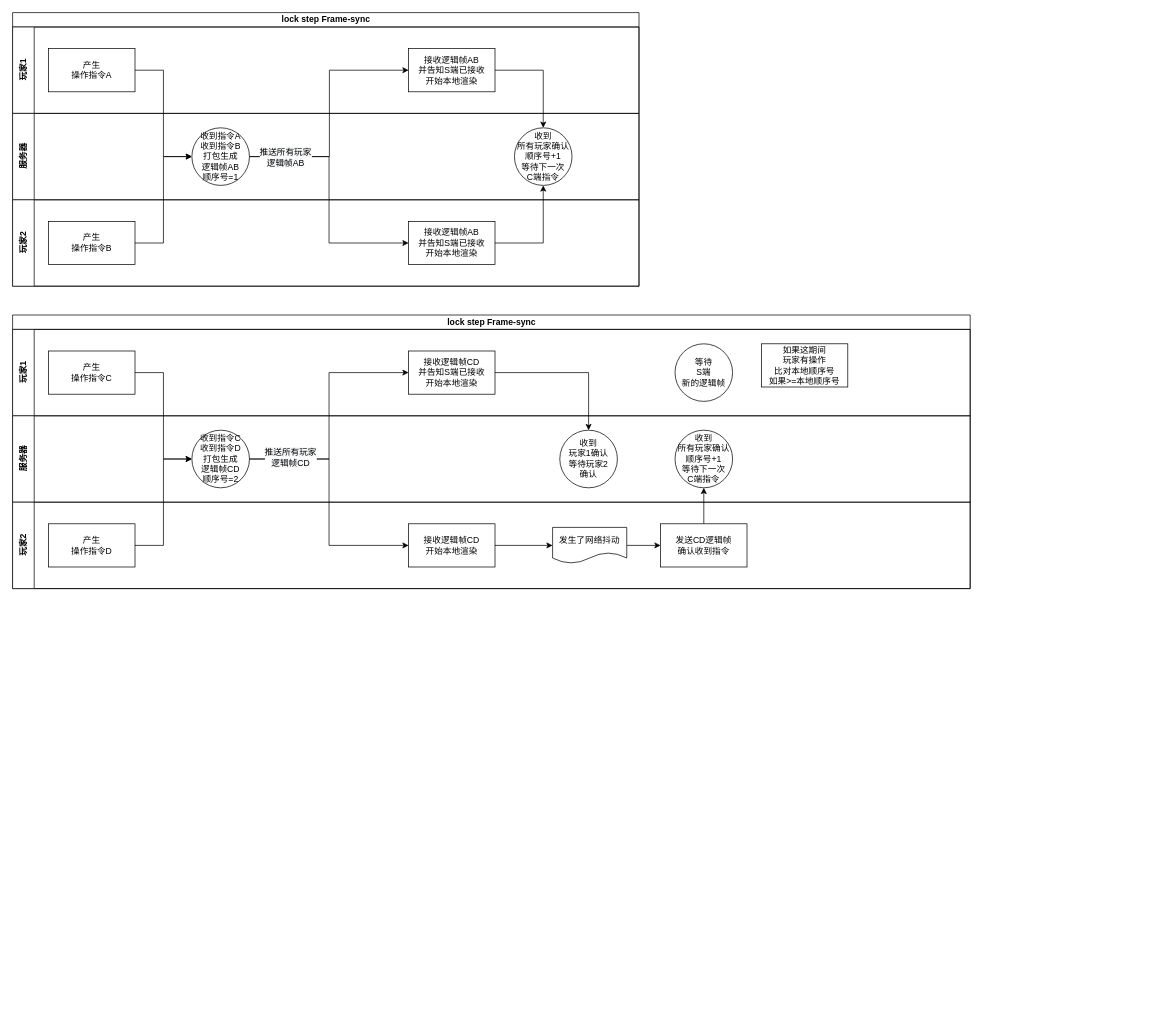
The draw.io diagram rsync_frame_lock_step.drawio in mqzhifu/drawpic, before the edit. Source tidied: cells renumbered, new cells numbered last; positions are measured from the earlier drawing's top-left corner, leaving out a move shared by most shapes. Both pictures are drawn from the tidied source at 72%, with x=0, y=0 at pixel (12, 12).
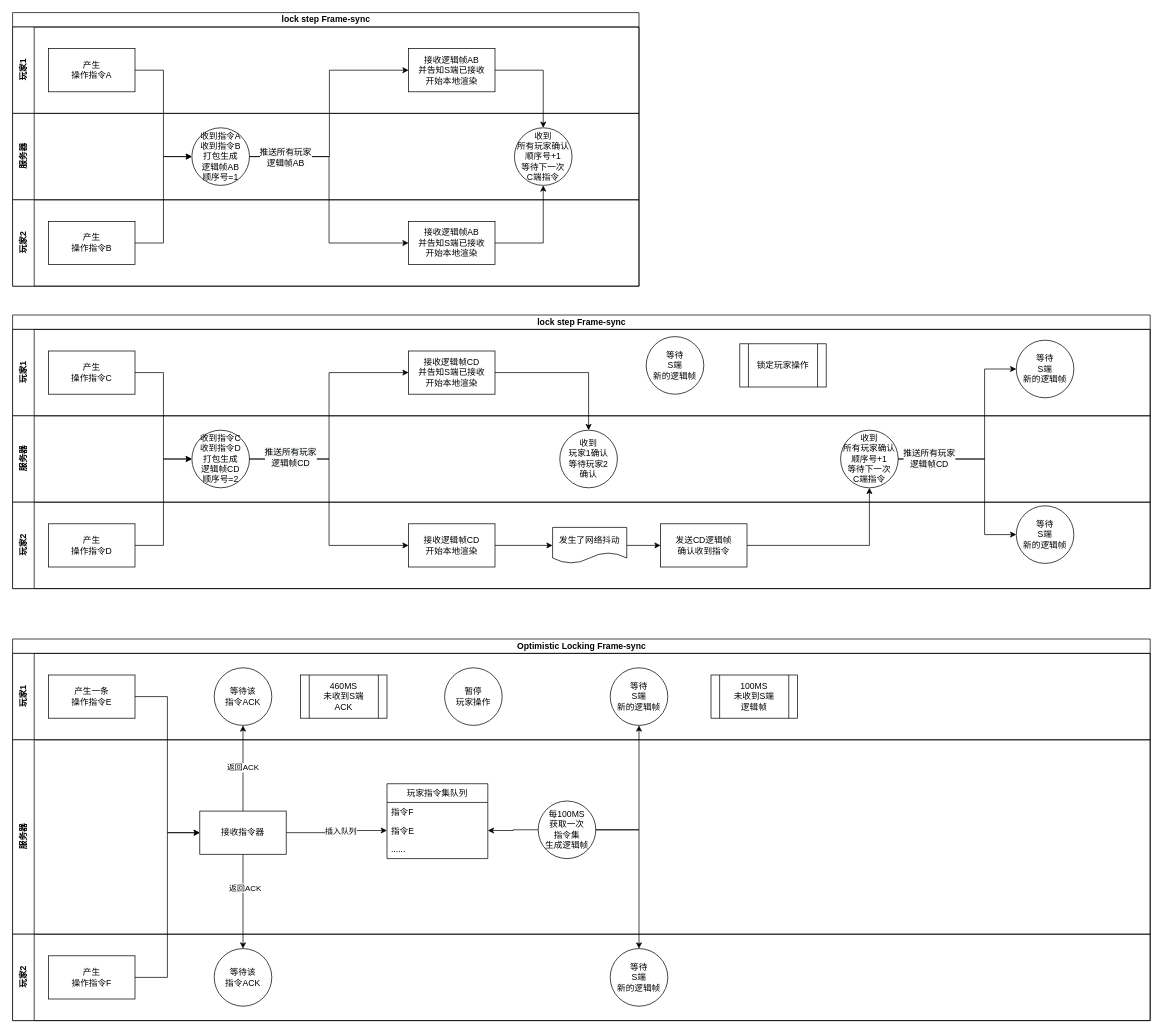
The same diagram, later.

The edit, as a diff of the source:
```diff
@@
     <mxCell id="19" value="lock step Frame-sync" style="swimlane;html=1;horizontal=1;startSize=20;" parent="1" vertex="1">
-      <mxGeometry y="420" width="1330" height="380" as="geometry" />
+      <mxGeometry y="420" width="1580" height="380" as="geometry" />
     </mxCell>
     <mxCell id="20" value="玩家1" style="swimlane;html=1;startSize=30;horizontal=0;" parent="19" vertex="1">
-      <mxGeometry y="20" width="1330" height="120" as="geometry" />
+      <mxGeometry y="20" width="1580" height="120" as="geometry" />
     </mxCell>
@@
     <mxCell id="23" value="等待&lt;br&gt;S端&lt;br&gt;新的逻辑帧" style="ellipse;whiteSpace=wrap;html=1;" parent="20" vertex="1">
-      <mxGeometry x="920" y="20" width="80" height="80" as="geometry" />
+      <mxGeometry x="880" y="10" width="80" height="80" as="geometry" />
     </mxCell>
-    <mxCell id="24" value="&lt;span&gt;如果这期间&lt;br&gt;玩家有操作&lt;br&gt;比对本地顺序号&lt;br&gt;如果&amp;gt;=本地顺序号&lt;br&gt;&lt;/span&gt;" style="rounded=0;whiteSpace=wrap;html=1;" parent="20" vertex="1">
-      <mxGeometry x="1040" y="20" width="120" height="60" as="geometry" />
-    </mxCell>
+    <mxCell id="43" value="锁定玩家操作" style="shape=process;whiteSpace=wrap;html=1;backgroundOutline=1;" parent="20" vertex="1">
+      <mxGeometry x="1010" y="20" width="120" height="60" as="geometry" />
+    </mxCell>
+    <mxCell id="44" value="等待&lt;br&gt;S端&lt;br&gt;新的逻辑帧" style="ellipse;whiteSpace=wrap;html=1;" parent="20" vertex="1">
+      <mxGeometry x="1394" y="15" width="80" height="80" as="geometry" />
+    </mxCell>
     <mxCell id="25" value="服务器" style="swimlane;html=1;startSize=30;horizontal=0;" parent="19" vertex="1">
-      <mxGeometry y="140" width="1330" height="120" as="geometry" />
+      <mxGeometry y="140" width="1580" height="120" as="geometry" />
     </mxCell>
@@
     <mxCell id="28" value="收到&lt;br&gt;所有玩家确认&lt;br&gt;顺序号+1&lt;br&gt;等待下一次&lt;br&gt;C端指令" style="ellipse;whiteSpace=wrap;html=1;" parent="25" vertex="1">
-      <mxGeometry x="920" y="20" width="80" height="80" as="geometry" />
+      <mxGeometry x="1150" y="20" width="80" height="80" as="geometry" />
     </mxCell>
     <mxCell id="29" value="玩家2" style="swimlane;html=1;startSize=30;horizontal=0;" parent="19" vertex="1">
-      <mxGeometry y="260" width="1330" height="120" as="geometry" />
+      <mxGeometry y="260" width="1580" height="120" as="geometry" />
     </mxCell>
@@
+    <mxCell id="45" value="等待&lt;br&gt;S端&lt;br&gt;新的逻辑帧" style="ellipse;whiteSpace=wrap;html=1;" parent="29" vertex="1">
+      <mxGeometry x="1394" y="5" width="80" height="80" as="geometry" />
+    </mxCell>
@@
+    <mxCell id="46" style="edgeStyle=orthogonalEdgeStyle;rounded=0;jettySize=auto;html=1;entryX=0;entryY=0.5;entryDx=0;entryDy=0;" parent="19" edge="1" source="28" target="44">
+      <mxGeometry relative="1" as="geometry">
+        <Array as="points">
+          <mxPoint x="1350" y="200" />
+          <mxPoint x="1350" y="75" />
+        </Array>
+      </mxGeometry>
+    </mxCell>
+    <mxCell id="47" style="edgeStyle=orthogonalEdgeStyle;rounded=0;jettySize=auto;html=1;entryX=0;entryY=0.5;entryDx=0;entryDy=0;" parent="19" edge="1" source="28" target="45">
+      <mxGeometry relative="1" as="geometry">
+        <Array as="points">
+          <mxPoint x="1350" y="200" />
+          <mxPoint x="1350" y="305" />
+        </Array>
+      </mxGeometry>
+    </mxCell>
+    <mxCell id="48" value="&lt;span style=&quot;font-size: 12px ; background-color: rgb(248 , 249 , 250)&quot;&gt;推送所有玩家&lt;/span&gt;&lt;br style=&quot;font-size: 12px ; background-color: rgb(248 , 249 , 250)&quot;&gt;&lt;span style=&quot;font-size: 12px ; background-color: rgb(248 , 249 , 250)&quot;&gt;逻辑帧CD&lt;/span&gt;" style="edgeLabel;html=1;align=center;verticalAlign=middle;" parent="47" vertex="1">
+      <mxGeometry x="-0.69" y="2" relative="1" as="geometry" />
+    </mxCell>
+    <mxCell id="49" value="Optimistic Locking Frame-sync" style="swimlane;html=1;horizontal=1;startSize=20;" parent="1" vertex="1">
+      <mxGeometry y="870" width="1580" height="530" as="geometry" />
+    </mxCell>
+    <mxCell id="50" value="玩家1" style="swimlane;html=1;startSize=30;horizontal=0;" parent="49" vertex="1">
+      <mxGeometry y="20" width="1580" height="120" as="geometry" />
+    </mxCell>
+    <mxCell id="51" value="产生一条&lt;br&gt;操作指令E" style="rounded=0;whiteSpace=wrap;html=1;" parent="50" vertex="1">
+      <mxGeometry x="50" y="30" width="120" height="60" as="geometry" />
+    </mxCell>
+    <mxCell id="52" value="等待该&lt;br&gt;指令ACK" style="ellipse;whiteSpace=wrap;html=1;" parent="50" vertex="1">
+      <mxGeometry x="280" y="20" width="80" height="80" as="geometry" />
+    </mxCell>
+    <mxCell id="53" value="等待&lt;br&gt;S端&lt;br&gt;新的逻辑帧" style="ellipse;whiteSpace=wrap;html=1;" parent="50" vertex="1">
+      <mxGeometry x="830" y="20" width="80" height="80" as="geometry" />
+    </mxCell>
+    <mxCell id="54" value="&lt;span&gt;100MS&lt;/span&gt;&lt;br&gt;&lt;span&gt;未收到S端&lt;/span&gt;&lt;br&gt;&lt;span&gt;逻辑帧&lt;/span&gt;" style="shape=process;whiteSpace=wrap;html=1;backgroundOutline=1;" parent="50" vertex="1">
+      <mxGeometry x="970" y="30" width="120" height="60" as="geometry" />
+    </mxCell>
+    <mxCell id="55" value="&lt;span&gt;460MS&lt;/span&gt;&lt;br&gt;&lt;span&gt;未收到S端&lt;/span&gt;&lt;br&gt;ACK" style="shape=process;whiteSpace=wrap;html=1;backgroundOutline=1;" parent="50" vertex="1">
+      <mxGeometry x="400" y="30" width="120" height="60" as="geometry" />
+    </mxCell>
+    <mxCell id="56" value="暂停&lt;br&gt;玩家操作" style="ellipse;whiteSpace=wrap;html=1;" parent="50" vertex="1">
+      <mxGeometry x="600" y="20" width="80" height="80" as="geometry" />
+    </mxCell>
+    <mxCell id="57" value="服务器" style="swimlane;html=1;startSize=30;horizontal=0;" parent="49" vertex="1">
+      <mxGeometry y="140" width="1580" height="270" as="geometry" />
+    </mxCell>
+    <mxCell id="58" style="edgeStyle=orthogonalEdgeStyle;rounded=0;jettySize=auto;html=1;entryX=1;entryY=0.5;entryDx=0;entryDy=0;" parent="57" edge="1" source="59" target="65">
+      <mxGeometry relative="1" as="geometry" />
+    </mxCell>
+    <mxCell id="59" value="每100MS&lt;br&gt;获取一次&lt;br&gt;指令集&lt;br&gt;生成逻辑帧" style="ellipse;whiteSpace=wrap;html=1;" parent="57" vertex="1">
+      <mxGeometry x="730" y="85" width="80" height="80" as="geometry" />
+    </mxCell>
+    <mxCell id="60" style="edgeStyle=orthogonalEdgeStyle;rounded=0;jettySize=auto;html=1;" parent="57" edge="1" source="62" target="65">
+      <mxGeometry relative="1" as="geometry" />
+    </mxCell>
+    <mxCell id="61" value="插入队列" style="edgeLabel;html=1;align=center;verticalAlign=middle;" parent="60" vertex="1">
+      <mxGeometry x="0.09" y="-1" relative="1" as="geometry" />
+    </mxCell>
+    <mxCell id="62" value="接收指令器" style="rounded=0;whiteSpace=wrap;html=1;" parent="57" vertex="1">
+      <mxGeometry x="260" y="99" width="120" height="60" as="geometry" />
+    </mxCell>
+    <mxCell id="63" value="玩家指令集队列" style="swimlane;fontStyle=0;horizontal=1;startSize=26;fillColor=none;" parent="57" vertex="1">
+      <mxGeometry x="520" y="61" width="140" height="104" as="geometry" />
+    </mxCell>
+    <mxCell id="64" value="指令F" style="text;strokeColor=none;fillColor=none;align=left;verticalAlign=top;spacingLeft=4;spacingRight=4;overflow=hidden;" parent="63" vertex="1">
+      <mxGeometry y="26" width="140" height="26" as="geometry" />
+    </mxCell>
+    <mxCell id="65" value="指令E" style="text;strokeColor=none;fillColor=none;align=left;verticalAlign=top;spacingLeft=4;spacingRight=4;overflow=hidden;points=[[0,0.5],[1,0.5]];portConstraint=eastwest;" parent="63" vertex="1">
+      <mxGeometry y="52" width="140" height="26" as="geometry" />
+    </mxCell>
+    <mxCell id="66" value="......" style="text;strokeColor=none;fillColor=none;align=left;verticalAlign=top;spacingLeft=4;spacingRight=4;overflow=hidden;" parent="63" vertex="1">
+      <mxGeometry y="78" width="140" height="26" as="geometry" />
+    </mxCell>
+    <mxCell id="67" value="玩家2" style="swimlane;html=1;startSize=30;horizontal=0;" parent="49" vertex="1">
+      <mxGeometry y="410" width="1580" height="120" as="geometry" />
+    </mxCell>
+    <mxCell id="68" value="产生&lt;br&gt;操作指令F" style="rounded=0;whiteSpace=wrap;html=1;" parent="67" vertex="1">
+      <mxGeometry x="50" y="30" width="120" height="60" as="geometry" />
+    </mxCell>
+    <mxCell id="69" value="等待该&lt;br&gt;指令ACK" style="ellipse;whiteSpace=wrap;html=1;" parent="67" vertex="1">
+      <mxGeometry x="280" y="20" width="80" height="80" as="geometry" />
+    </mxCell>
+    <mxCell id="70" value="等待&lt;br&gt;S端&lt;br&gt;新的逻辑帧" style="ellipse;whiteSpace=wrap;html=1;" parent="67" vertex="1">
+      <mxGeometry x="830" y="20" width="80" height="80" as="geometry" />
+    </mxCell>
+    <mxCell id="71" style="edgeStyle=orthogonalEdgeStyle;rounded=0;jettySize=auto;html=1;entryX=0;entryY=0.5;entryDx=0;entryDy=0;" parent="49" edge="1" source="51" target="62">
+      <mxGeometry relative="1" as="geometry" />
+    </mxCell>
+    <mxCell id="72" style="edgeStyle=orthogonalEdgeStyle;rounded=0;jettySize=auto;html=1;entryX=0;entryY=0.5;entryDx=0;entryDy=0;" parent="49" edge="1" source="68" target="62">
+      <mxGeometry relative="1" as="geometry" />
+    </mxCell>
+    <mxCell id="73" style="edgeStyle=orthogonalEdgeStyle;rounded=0;jettySize=auto;html=1;entryX=0.5;entryY=0;entryDx=0;entryDy=0;" parent="49" edge="1" source="62" target="69">
+      <mxGeometry relative="1" as="geometry" />
+    </mxCell>
+    <mxCell id="74" value="返回ACK" style="edgeLabel;html=1;align=center;verticalAlign=middle;" parent="73" vertex="1">
+      <mxGeometry x="-0.3" y="2" relative="1" as="geometry" />
+    </mxCell>
+    <mxCell id="75" value="返回ACK" style="edgeStyle=orthogonalEdgeStyle;rounded=0;jettySize=auto;html=1;entryX=0.5;entryY=1;entryDx=0;entryDy=0;" parent="49" edge="1" source="62" target="52">
+      <mxGeometry relative="1" as="geometry" />
+    </mxCell>
+    <mxCell id="76" style="edgeStyle=orthogonalEdgeStyle;rounded=0;jettySize=auto;html=1;entryX=0.5;entryY=1;entryDx=0;entryDy=0;" parent="49" edge="1" source="59" target="53">
+      <mxGeometry relative="1" as="geometry" />
+    </mxCell>
+    <mxCell id="77" style="edgeStyle=orthogonalEdgeStyle;rounded=0;jettySize=auto;html=1;" parent="49" edge="1" source="59" target="70">
+      <mxGeometry relative="1" as="geometry" />
+    </mxCell>
```
